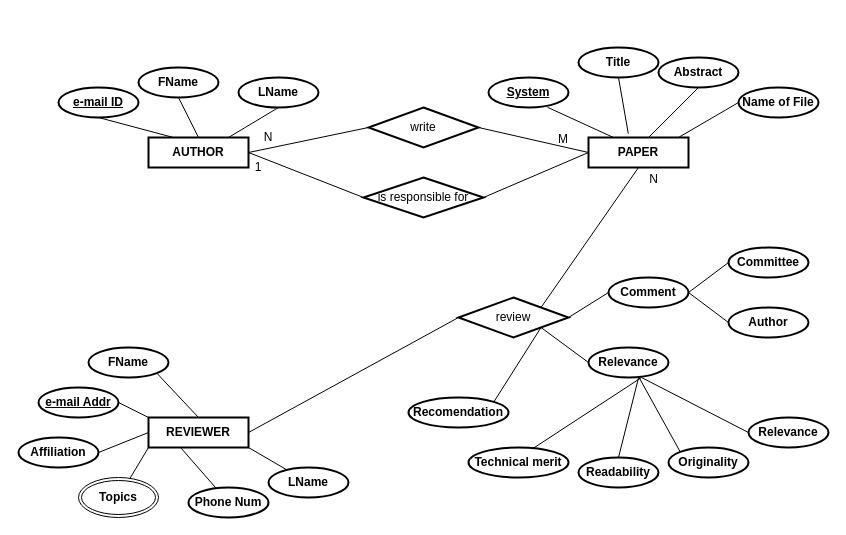
The draw.io diagram W5.drawio in kieuvantuyen01/testGit, before the edit. Source tidied: cells renumbered, new cells numbered last; positions are measured from the earlier drawing's top-left corner, leaving out a move shared by most shapes. Both pictures are drawn from the tidied source at 100%, with x=0, y=0 at pixel (18, 47).
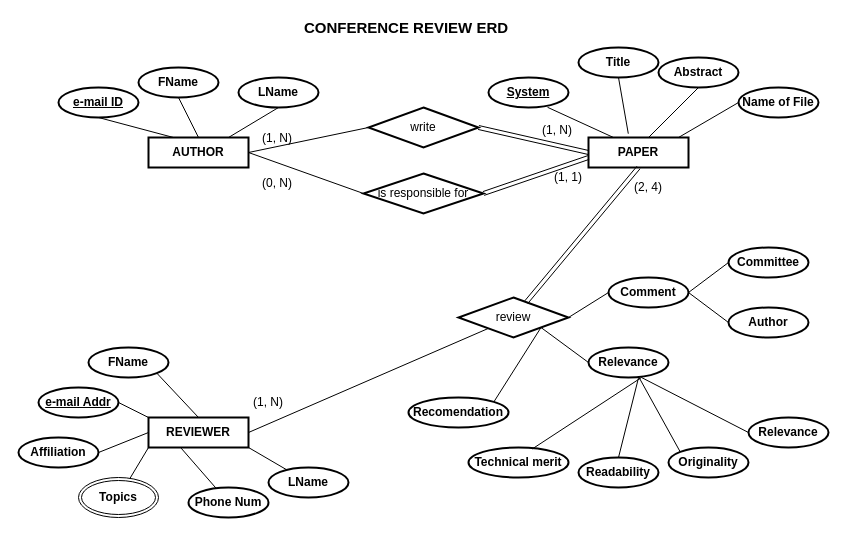
The same diagram, later.

The change refers to these unchanged cells:
```xml
<mxCell id="3" value="REVIEWER" style="rounded=0;whiteSpace=wrap;html=1;fontStyle=1;strokeWidth=2;" parent="1" vertex="1">
  <mxGeometry x="130" y="370" width="100" height="30" as="geometry" />
</mxCell>
<mxCell id="4" value="PAPER" style="rounded=0;whiteSpace=wrap;html=1;fontStyle=1;strokeWidth=2;" parent="1" vertex="1">
  <mxGeometry x="570" y="90" width="100" height="30" as="geometry" />
</mxCell>
<mxCell id="17" value="write" style="shape=rhombus;perimeter=rhombusPerimeter;whiteSpace=wrap;html=1;align=center;strokeWidth=2;" parent="1" vertex="1">
  <mxGeometry x="350" y="60" width="110" height="40" as="geometry" />
</mxCell>
<mxCell id="42" value="review" style="shape=rhombus;perimeter=rhombusPerimeter;whiteSpace=wrap;html=1;align=center;strokeWidth=2;" parent="1" vertex="1">
  <mxGeometry x="440" y="250" width="110" height="40" as="geometry" />
</mxCell>
```

Diff of the diagram source:
```diff
@@
-    <mxCell id="41" style="endArrow=none;html=1;rounded=0;entryX=1;entryY=0.5;entryDx=0;entryDy=0;exitX=0;exitY=0.5;exitDx=0;exitDy=0;" parent="1" edge="1" source="42" target="3">
+    <mxCell id="41" style="endArrow=none;html=1;rounded=0;entryX=1;entryY=0.5;entryDx=0;entryDy=0;" parent="1" edge="1" source="42" target="3">
       <mxGeometry relative="1" as="geometry" />
     </mxCell>
@@
-    <mxCell id="43" style="endArrow=none;html=1;rounded=0;entryX=0.5;entryY=1;entryDx=0;entryDy=0;exitX=1;exitY=0;exitDx=0;exitDy=0;" parent="1" edge="1" source="42" target="4">
-      <mxGeometry relative="1" as="geometry" />
-    </mxCell>
@@
-    <mxCell id="45" style="endArrow=none;html=1;rounded=0;exitX=1;exitY=0.5;exitDx=0;exitDy=0;entryX=0;entryY=0.5;entryDx=0;entryDy=0;" parent="1" edge="1" source="17" target="4">
-      <mxGeometry relative="1" as="geometry" />
-    </mxCell>
-    <mxCell id="46" value="N" style="html=1;align=right;verticalAlign=bottom;" parent="1" vertex="1">
-      <mxGeometry x="640" y="140" as="geometry" />
-    </mxCell>
     <mxCell id="47" value="is responsible for" style="shape=rhombus;perimeter=rhombusPerimeter;whiteSpace=wrap;html=1;align=center;strokeWidth=2;" parent="1" vertex="1">
-      <mxGeometry x="345" y="130" width="120" height="40" as="geometry" />
+      <mxGeometry x="345" y="126" width="120" height="40" as="geometry" />
     </mxCell>
@@
-    <mxCell id="49" style="endArrow=none;html=1;rounded=0;exitX=1;exitY=0.5;exitDx=0;exitDy=0;entryX=0;entryY=0.5;entryDx=0;entryDy=0;" parent="1" edge="1" source="47" target="4">
-      <mxGeometry relative="1" as="geometry" />
-    </mxCell>
@@
-    <mxCell id="59" value="1" style="text;html=1;strokeColor=none;fillColor=none;align=center;verticalAlign=middle;whiteSpace=wrap;rounded=0;" parent="1" vertex="1">
-      <mxGeometry x="220" y="110" width="40" height="20" as="geometry" />
+    <mxCell id="59" value="(1, 1)" style="text;html=1;strokeColor=none;fillColor=none;align=center;verticalAlign=middle;whiteSpace=wrap;rounded=0;" parent="1" vertex="1">
+      <mxGeometry x="530" y="120" width="40" height="20" as="geometry" />
     </mxCell>
-    <mxCell id="60" value="N" style="text;html=1;strokeColor=none;fillColor=none;align=center;verticalAlign=middle;whiteSpace=wrap;rounded=0;" parent="1" vertex="1">
-      <mxGeometry x="230" y="80" width="40" height="20" as="geometry" />
-    </mxCell>
-    <mxCell id="61" value="M" style="html=1;align=right;verticalAlign=bottom;" parent="1" vertex="1">
-      <mxGeometry x="550" y="100" as="geometry" />
+    <mxCell id="61" value="(1, N)" style="html=1;align=right;verticalAlign=bottom;" parent="1" vertex="1">
+      <mxGeometry x="550" y="97" as="geometry">
+        <mxPoint x="4" y="-6" as="offset" />
+      </mxGeometry>
     </mxCell>
+    <mxCell id="62" value="(2, 4)" style="text;html=1;strokeColor=none;fillColor=none;align=center;verticalAlign=middle;whiteSpace=wrap;rounded=0;" parent="1" vertex="1">
+      <mxGeometry x="610" y="130" width="40" height="20" as="geometry" />
+    </mxCell>
+    <mxCell id="63" value="(1, N)" style="text;html=1;strokeColor=none;fillColor=none;align=center;verticalAlign=middle;whiteSpace=wrap;rounded=0;" parent="1" vertex="1">
+      <mxGeometry x="230" y="345" width="40" height="20" as="geometry" />
+    </mxCell>
+    <mxCell id="64" value="(1, N)" style="html=1;align=right;verticalAlign=bottom;" parent="1" vertex="1">
+      <mxGeometry x="270" y="105" as="geometry">
+        <mxPoint x="4" y="-6" as="offset" />
+      </mxGeometry>
+    </mxCell>
+    <mxCell id="65" value="(0, N)" style="html=1;align=right;verticalAlign=bottom;" parent="1" vertex="1">
+      <mxGeometry x="270" y="150" as="geometry">
+        <mxPoint x="4" y="-6" as="offset" />
+      </mxGeometry>
+    </mxCell>
+    <mxCell id="45" style="shape=link;html=1;rounded=0;entryX=0;entryY=0.5;entryDx=0;entryDy=0;exitX=1;exitY=0.5;exitDx=0;exitDy=0;" parent="1" edge="1" source="17" target="4">
+      <mxGeometry relative="1" as="geometry" />
+    </mxCell>
+    <mxCell id="66" style="shape=link;html=1;rounded=0;exitX=1;exitY=0.5;exitDx=0;exitDy=0;" parent="1" edge="1" source="47">
+      <mxGeometry relative="1" as="geometry">
+        <mxPoint x="570" y="110" as="targetPoint" />
+      </mxGeometry>
+    </mxCell>
+    <mxCell id="43" style="shape=link;html=1;rounded=0;entryX=0.5;entryY=1;entryDx=0;entryDy=0;" parent="1" edge="1" source="42" target="4">
+      <mxGeometry relative="1" as="geometry" />
+    </mxCell>
+    <mxCell id="67" value="&lt;b&gt;&lt;font style=&quot;font-size: 15px&quot;&gt;CONFERENCE REVIEW ERD&lt;/font&gt;&lt;/b&gt;" style="text;html=1;strokeColor=none;fillColor=none;align=center;verticalAlign=middle;whiteSpace=wrap;rounded=0;" parent="1" vertex="1">
+      <mxGeometry x="268" y="-30" width="240" height="20" as="geometry" />
+    </mxCell>
```
